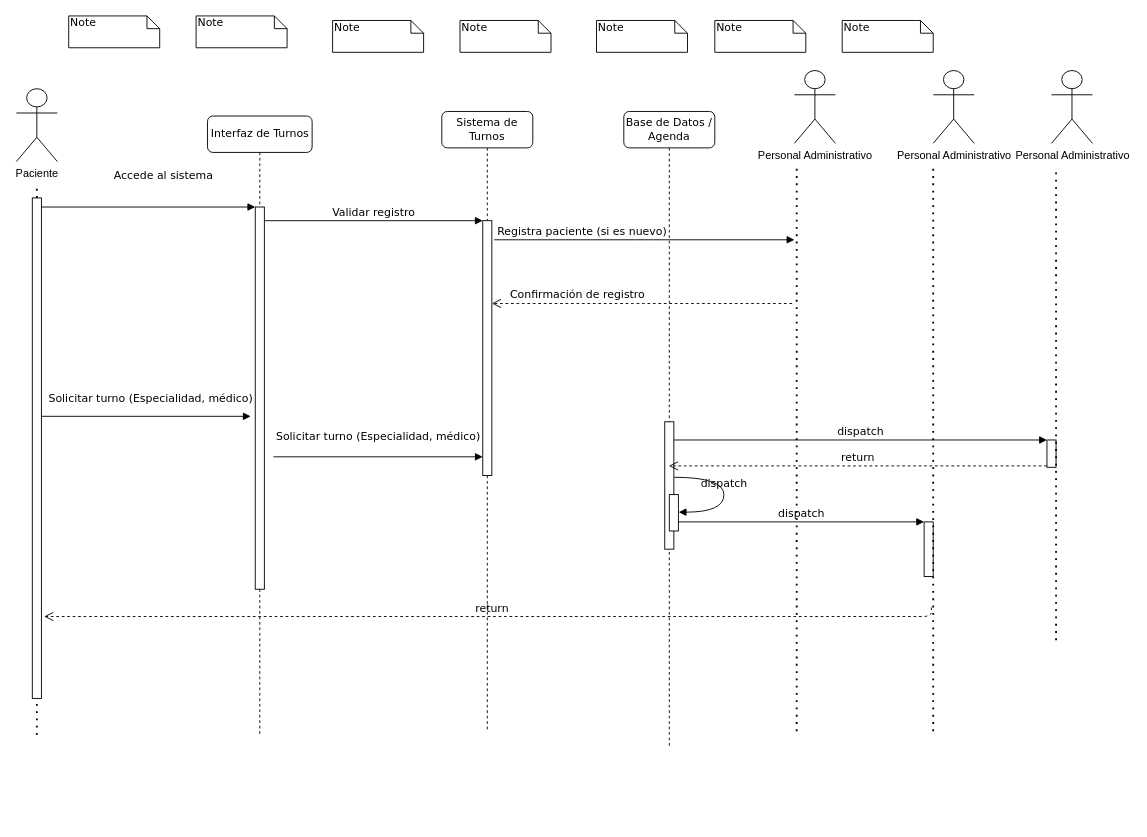
The draw.io diagram Diagrama sin título.drawio in RodrigoEscorcielo/IFTS18_Modelado-y-diseno-de-software_documentos, before the edit. Source tidied: cells renumbered, new cells numbered last; positions are measured from the earlier drawing's top-left corner, leaving out a move shared by most shapes. Both pictures are drawn from the tidied source at 91%, with x=0, y=0 at pixel (15, 15).
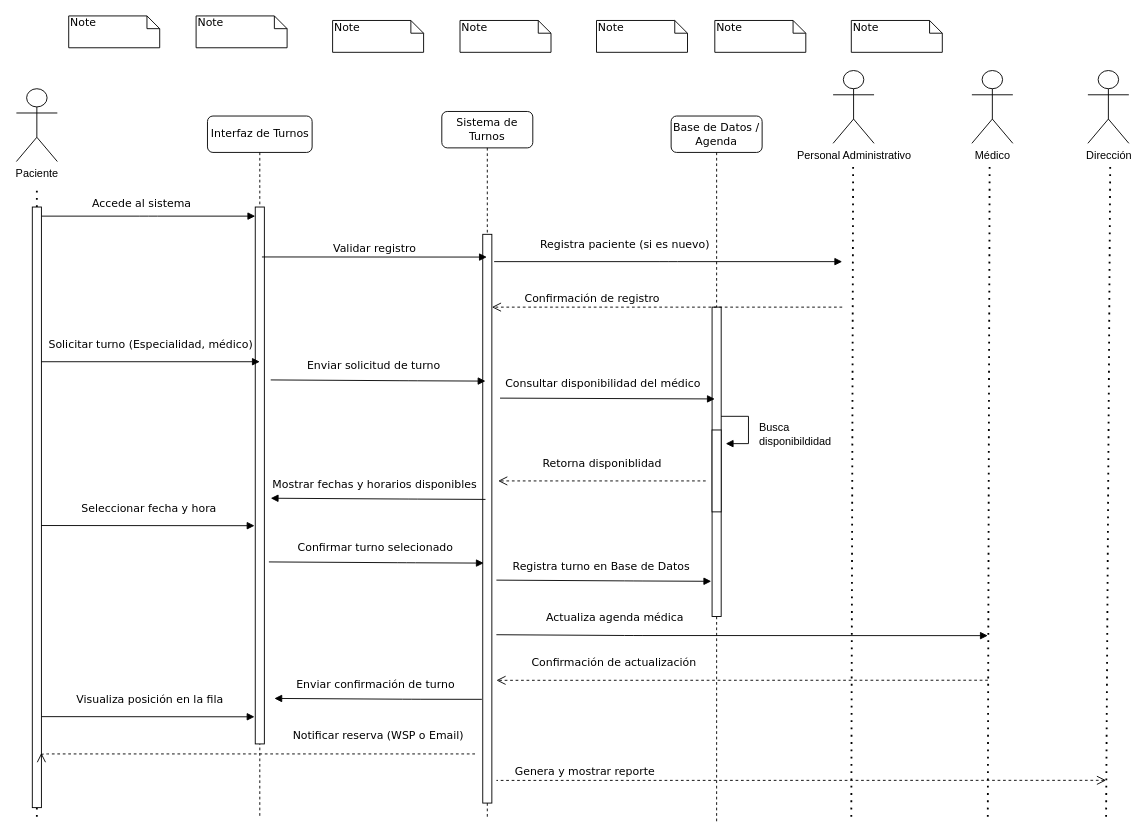
The same page after the edit.

What changed in the source:
```diff
@@
     <mxCell id="2" value="Interfaz de Turnos" style="shape=umlLifeline;perimeter=lifelinePerimeter;whiteSpace=wrap;html=1;rounded=1;shadow=0;comic=0;labelBackgroundColor=none;strokeWidth=1;fontFamily=Verdana;fontSize=12;align=center;" parent="1" vertex="1">
-      <mxGeometry x="210.5" y="110" width="115" height="680" as="geometry" />
+      <mxGeometry x="210.5" y="110" width="115" height="770" as="geometry" />
     </mxCell>
     <mxCell id="3" style="html=1;points=[];perimeter=orthogonalPerimeter;rounded=0;shadow=0;comic=0;labelBackgroundColor=none;strokeWidth=1;fontFamily=Verdana;fontSize=12;align=center;" parent="2" vertex="1">
-      <mxGeometry x="52.5" y="100" width="10" height="420" as="geometry" />
+      <mxGeometry x="52.5" y="100" width="10" height="590" as="geometry" />
     </mxCell>
-    <mxCell id="4" value="Solicitar turno (Especialidad, médico)" style="html=1;verticalAlign=bottom;endArrow=block;labelBackgroundColor=none;fontFamily=Verdana;fontSize=12;" parent="2" edge="1">
-      <mxGeometry x="0.04" y="10" relative="1" as="geometry">
-        <mxPoint x="-182.5" y="330" as="sourcePoint" />
-        <mxPoint x="47.5" y="330" as="targetPoint" />
-      </mxGeometry>
-    </mxCell>
+    <mxCell id="39" value="Visualiza posición en la fila" style="html=1;verticalAlign=bottom;endArrow=block;labelBackgroundColor=none;fontFamily=Verdana;fontSize=12;entryX=-0.082;entryY=0.886;entryDx=0;entryDy=0;entryPerimeter=0;" parent="2" edge="1">
+      <mxGeometry x="0.02" y="10" relative="1" as="geometry">
+        <mxPoint x="-182.5" y="660" as="sourcePoint" />
+        <mxPoint x="51.7" y="660.2" as="targetPoint" />
+      </mxGeometry>
+    </mxCell>
     <mxCell id="5" value="Sistema de Turnos" style="shape=umlLifeline;perimeter=lifelinePerimeter;whiteSpace=wrap;html=1;outlineConnect=0;rounded=1;shadow=0;comic=0;labelBackgroundColor=none;strokeWidth=1;fontFamily=Verdana;fontSize=12;align=center;" parent="1" vertex="1">
-      <mxGeometry x="468" y="105" width="100" height="681" as="geometry" />
+      <mxGeometry x="468" y="105" width="100" height="775" as="geometry" />
     </mxCell>
     <mxCell id="6" style="html=1;points=[];perimeter=orthogonalPerimeter;rounded=0;shadow=0;comic=0;labelBackgroundColor=none;strokeWidth=1;fontFamily=Verdana;fontSize=12;align=center;" parent="5" vertex="1">
-      <mxGeometry x="45" y="120" width="10" height="280" as="geometry" />
+      <mxGeometry x="45" y="135" width="10" height="625" as="geometry" />
     </mxCell>
-    <mxCell id="7" value="Confirmación de registro" style="html=1;verticalAlign=bottom;endArrow=open;dashed=1;endSize=8;labelBackgroundColor=none;fontFamily=Verdana;fontSize=12;edgeStyle=elbowEdgeStyle;elbow=vertical;" parent="5" edge="1">
-      <mxGeometry x="0.43" relative="1" as="geometry">
-        <mxPoint x="385" y="211" as="sourcePoint" />
-        <mxPoint x="55" y="211" as="targetPoint" />
-      </mxGeometry>
-    </mxCell>
     <mxCell id="8" value="Base de Datos / Agenda" style="shape=umlLifeline;perimeter=lifelinePerimeter;whiteSpace=wrap;html=1;outlineConnect=0;rounded=1;shadow=0;comic=0;labelBackgroundColor=none;strokeWidth=1;fontFamily=Verdana;fontSize=12;align=center;" parent="1" vertex="1">
-      <mxGeometry x="668" y="105" width="100" height="700" as="geometry" />
+      <mxGeometry x="720" y="110" width="100" height="775" as="geometry" />
     </mxCell>
-    <mxCell id="9" style="html=1;points=[];perimeter=orthogonalPerimeter;rounded=0;shadow=0;comic=0;labelBackgroundColor=none;strokeWidth=1;fontFamily=Verdana;fontSize=12;align=center;" parent="1" vertex="1">
-      <mxGeometry x="713" y="446" width="10" height="140" as="geometry" />
+    <mxCell id="9" style="html=1;points=[];perimeter=orthogonalPerimeter;rounded=0;shadow=0;comic=0;labelBackgroundColor=none;strokeWidth=1;fontFamily=Verdana;fontSize=12;align=center;" parent="8" vertex="1">
+      <mxGeometry x="45" y="210" width="10" height="340" as="geometry" />
     </mxCell>
-    <mxCell id="10" style="html=1;points=[];perimeter=orthogonalPerimeter;rounded=0;shadow=0;comic=0;labelBackgroundColor=none;strokeColor=#000000;strokeWidth=1;fillColor=#FFFFFF;fontFamily=Verdana;fontSize=12;fontColor=#000000;align=center;" parent="1" vertex="1">
-      <mxGeometry x="1133" y="466" width="10" height="30" as="geometry" />
-    </mxCell>
-    <mxCell id="11" value="dispatch" style="html=1;verticalAlign=bottom;endArrow=block;entryX=0;entryY=0;labelBackgroundColor=none;fontFamily=Verdana;fontSize=12;" parent="1" edge="1" source="9" target="10">
-      <mxGeometry relative="1" as="geometry" />
-    </mxCell>
-    <mxCell id="12" value="return" style="html=1;verticalAlign=bottom;endArrow=open;dashed=1;endSize=8;exitX=0;exitY=0.95;labelBackgroundColor=none;fontFamily=Verdana;fontSize=12;" parent="1" edge="1" source="10" target="8">
-      <mxGeometry relative="1" as="geometry" />
-    </mxCell>
-    <mxCell id="13" style="html=1;points=[];perimeter=orthogonalPerimeter;rounded=0;shadow=0;comic=0;labelBackgroundColor=none;strokeWidth=1;fontFamily=Verdana;fontSize=12;align=center;" parent="1" vertex="1">
-      <mxGeometry x="998" y="556" width="10" height="60" as="geometry" />
-    </mxCell>
-    <mxCell id="14" value="dispatch" style="html=1;verticalAlign=bottom;endArrow=block;entryX=0;entryY=0;labelBackgroundColor=none;fontFamily=Verdana;fontSize=12;edgeStyle=elbowEdgeStyle;elbow=vertical;" parent="1" edge="1" source="17" target="13">
-      <mxGeometry relative="1" as="geometry" />
-    </mxCell>
+    <mxCell id="40" style="html=1;perimeter=orthogonalPerimeter;targetShapes=umlLifeline;newEdgeStyle={&quot;curved&quot;:0,&quot;rounded&quot;:0};strokeColor=default;align=center;verticalAlign=top;fontFamily=Helvetica;fontSize=12;fontColor=default;fontStyle=0;fillColor=default;" parent="8" vertex="1">
+      <mxGeometry x="45" y="345" width="10" height="90" as="geometry" />
+    </mxCell>
+    <mxCell id="41" value="Busca &lt;br&gt;disponibildidad" style="html=1;align=left;spacingLeft=2;endArrow=block;rounded=0;edgeStyle=orthogonalEdgeStyle;curved=0;rounded=0;fontFamily=Helvetica;fontSize=12;fontColor=default;fontStyle=0;" parent="8" edge="1">
+      <mxGeometry x="0.18" y="8" relative="1" as="geometry">
+        <mxPoint x="55" y="330" as="sourcePoint" />
+        <mxPoint x="60" y="360" as="targetPoint" />
+        <Array as="points">
+          <mxPoint x="85" y="360" />
+        </Array>
+      </mxGeometry>
+    </mxCell>
-    <mxCell id="15" value="Accede al sistema&lt;div&gt;&lt;br/&gt;&lt;/div&gt;" style="html=1;verticalAlign=bottom;endArrow=block;entryX=0;entryY=0;labelBackgroundColor=none;fontFamily=Verdana;fontSize=12;edgeStyle=elbowEdgeStyle;elbow=vertical;" parent="1" edge="1" source="36" target="3">
-      <mxGeometry x="0.14" y="10" relative="1" as="geometry" />
+    <mxCell id="15" value="Accede al sistema&lt;div&gt;&lt;br/&gt;&lt;/div&gt;" style="html=1;verticalAlign=bottom;endArrow=block;entryX=0;entryY=0;labelBackgroundColor=none;fontFamily=Verdana;fontSize=12;edgeStyle=elbowEdgeStyle;elbow=vertical;" parent="1" edge="1">
+      <mxGeometry x="-0.06" y="-10" relative="1" as="geometry">
+        <mxPoint x="28" y="220" as="sourcePoint" />
+        <mxPoint x="263" y="220" as="targetPoint" />
+      </mxGeometry>
     </mxCell>
-    <mxCell id="16" value="Validar registro" style="html=1;verticalAlign=bottom;endArrow=block;entryX=0;entryY=0;labelBackgroundColor=none;fontFamily=Verdana;fontSize=12;edgeStyle=elbowEdgeStyle;elbow=vertical;" parent="1" edge="1" source="3" target="6">
+    <mxCell id="16" value="Validar registro" style="html=1;verticalAlign=bottom;endArrow=block;labelBackgroundColor=none;fontFamily=Verdana;fontSize=12;edgeStyle=elbowEdgeStyle;elbow=vertical;exitX=0.736;exitY=0.093;exitDx=0;exitDy=0;exitPerimeter=0;" parent="1" edge="1" source="3" target="5">
       <mxGeometry relative="1" as="geometry" />
     </mxCell>
-    <mxCell id="17" style="html=1;points=[];perimeter=orthogonalPerimeter;rounded=0;shadow=0;comic=0;labelBackgroundColor=none;strokeWidth=1;fontFamily=Verdana;fontSize=12;align=center;" parent="1" vertex="1">
-      <mxGeometry x="718" y="526" width="10" height="40" as="geometry" />
-    </mxCell>
-    <mxCell id="18" value="dispatch" style="html=1;verticalAlign=bottom;endArrow=block;labelBackgroundColor=none;fontFamily=Verdana;fontSize=12;elbow=vertical;edgeStyle=orthogonalEdgeStyle;curved=1;entryX=1;entryY=0.286;entryPerimeter=0;exitX=1.038;exitY=0.345;exitPerimeter=0;" parent="1" edge="1">
-      <mxGeometry relative="1" as="geometry">
-        <mxPoint x="723.3" y="507" as="sourcePoint" />
-        <mxPoint x="728.3" y="545.3" as="targetPoint" />
-        <Array as="points">
-          <mxPoint x="778" y="507" />
-          <mxPoint x="778" y="545" />
-        </Array>
-      </mxGeometry>
-    </mxCell>
@@
     <mxCell id="25" value="Note" style="shape=note;whiteSpace=wrap;html=1;size=14;verticalAlign=top;align=left;spacingTop=-6;rounded=0;shadow=0;comic=0;labelBackgroundColor=none;strokeWidth=1;fontFamily=Verdana;fontSize=12;" parent="1" vertex="1">
-      <mxGeometry x="908" y="5" width="100" height="35" as="geometry" />
+      <mxGeometry x="918" y="5" width="100" height="35" as="geometry" />
     </mxCell>
@@
     <mxCell id="27" value="Personal Administrativo" style="shape=umlActor;verticalLabelPosition=bottom;verticalAlign=top;html=1;" parent="1" vertex="1">
-      <mxGeometry x="855.5" y="60" width="45" height="80" as="geometry" />
+      <mxGeometry x="898" y="60" width="45" height="80" as="geometry" />
     </mxCell>
     <mxCell id="28" style="endArrow=none;dashed=1;html=1;dashPattern=1 3;strokeWidth=2;rounded=0;fontFamily=Helvetica;fontSize=12;fontColor=default;fontStyle=0;" parent="1" edge="1">
       <mxGeometry relative="1" as="geometry">
-        <mxPoint x="858" y="786" as="sourcePoint" />
-        <mxPoint x="858" y="166" as="targetPoint" />
+        <mxPoint x="918" y="880" as="sourcePoint" />
+        <mxPoint x="920" y="166" as="targetPoint" />
       </mxGeometry>
     </mxCell>
-    <mxCell id="29" value="Personal Administrativo" style="shape=umlActor;verticalLabelPosition=bottom;verticalAlign=top;html=1;" parent="1" vertex="1">
-      <mxGeometry x="1008" y="60" width="45" height="80" as="geometry" />
+    <mxCell id="29" value="Médico" style="shape=umlActor;verticalLabelPosition=bottom;verticalAlign=top;html=1;" parent="1" vertex="1">
+      <mxGeometry x="1050.5" y="60" width="45" height="80" as="geometry" />
     </mxCell>
     <mxCell id="30" style="endArrow=none;dashed=1;html=1;dashPattern=1 3;strokeWidth=2;rounded=0;fontFamily=Helvetica;fontSize=12;fontColor=default;fontStyle=0;" parent="1" edge="1">
       <mxGeometry relative="1" as="geometry">
-        <mxPoint x="1008" y="786" as="sourcePoint" />
-        <mxPoint x="1008" y="166" as="targetPoint" />
+        <mxPoint x="1068" y="880" as="sourcePoint" />
+        <mxPoint x="1070" y="166" as="targetPoint" />
       </mxGeometry>
     </mxCell>
-    <mxCell id="31" value="Personal Administrativo" style="shape=umlActor;verticalLabelPosition=bottom;verticalAlign=top;html=1;" parent="1" vertex="1">
-      <mxGeometry x="1138" y="60" width="45" height="80" as="geometry" />
+    <mxCell id="31" value="Dirección" style="shape=umlActor;verticalLabelPosition=bottom;verticalAlign=top;html=1;" parent="1" vertex="1">
+      <mxGeometry x="1178" y="60" width="45" height="80" as="geometry" />
     </mxCell>
     <mxCell id="32" style="endArrow=none;dashed=1;html=1;dashPattern=1 3;strokeWidth=2;rounded=0;fontFamily=Helvetica;fontSize=12;fontColor=default;fontStyle=0;" parent="1" edge="1">
       <mxGeometry relative="1" as="geometry">
-        <mxPoint x="1143" y="686" as="sourcePoint" />
-        <mxPoint x="1143" y="166" as="targetPoint" />
+        <mxPoint x="1198" y="880" as="sourcePoint" />
+        <mxPoint x="1202.5" y="166" as="targetPoint" />
       </mxGeometry>
     </mxCell>
     <mxCell id="33" value="Registra paciente (si es nuevo)" style="html=1;verticalAlign=bottom;endArrow=block;labelBackgroundColor=none;fontFamily=Verdana;fontSize=12;edgeStyle=elbowEdgeStyle;elbow=vertical;" parent="1" edge="1">
-      <mxGeometry x="-0.42" relative="1" as="geometry">
-        <mxPoint x="525.5" y="246" as="sourcePoint" />
-        <mxPoint x="855.5" y="246" as="targetPoint" />
+      <mxGeometry x="-0.25" y="10" relative="1" as="geometry">
+        <mxPoint x="525.5" y="270" as="sourcePoint" />
+        <mxPoint x="908" y="270" as="targetPoint" />
       </mxGeometry>
     </mxCell>
@@
     <mxCell id="35" style="endArrow=none;dashed=1;html=1;dashPattern=1 3;strokeWidth=2;rounded=0;fontFamily=Helvetica;fontSize=12;fontColor=default;fontStyle=0;entryX=0.5;entryY=0.5;entryDx=0;entryDy=0;entryPerimeter=0;" parent="1" edge="1" target="36">
       <mxGeometry relative="1" as="geometry">
-        <mxPoint x="23" y="790" as="sourcePoint" />
+        <mxPoint x="23" y="880" as="sourcePoint" />
       </mxGeometry>
     </mxCell>
     <mxCell id="36" style="html=1;points=[];perimeter=orthogonalPerimeter;rounded=0;shadow=0;comic=0;labelBackgroundColor=none;strokeWidth=1;fontFamily=Verdana;fontSize=12;align=center;" parent="1" vertex="1">
-      <mxGeometry x="18" y="200" width="10" height="550" as="geometry" />
+      <mxGeometry x="18" y="210" width="10" height="660" as="geometry" />
     </mxCell>
+    <mxCell id="42" value="Seleccionar fecha y hora" style="html=1;verticalAlign=bottom;endArrow=block;labelBackgroundColor=none;fontFamily=Verdana;fontSize=12;entryX=-0.082;entryY=0.886;entryDx=0;entryDy=0;entryPerimeter=0;" parent="1" edge="1">
+      <mxGeometry x="0.01" y="9" relative="1" as="geometry">
+        <mxPoint x="28" y="560" as="sourcePoint" />
+        <mxPoint x="262.2" y="560.2" as="targetPoint" />
+      </mxGeometry>
+    </mxCell>
+    <mxCell id="4" value="Solicitar turno (Especialidad, médico)" style="html=1;verticalAlign=bottom;endArrow=block;labelBackgroundColor=none;fontFamily=Verdana;fontSize=12;" parent="1" edge="1">
+      <mxGeometry y="10" relative="1" as="geometry">
+        <mxPoint x="28" y="380" as="sourcePoint" />
+        <mxPoint x="268" y="380" as="targetPoint" />
+      </mxGeometry>
+    </mxCell>
+    <mxCell id="7" value="Confirmación de registro" style="html=1;verticalAlign=bottom;endArrow=open;dashed=1;endSize=8;labelBackgroundColor=none;fontFamily=Verdana;fontSize=12;edgeStyle=elbowEdgeStyle;elbow=vertical;" parent="1" edge="1">
+      <mxGeometry x="0.43" relative="1" as="geometry">
+        <mxPoint x="908" y="320" as="sourcePoint" />
+        <mxPoint x="523" y="320" as="targetPoint" />
+      </mxGeometry>
+    </mxCell>
+    <mxCell id="43" value="Consultar disponibilidad del médico" style="html=1;verticalAlign=bottom;endArrow=block;labelBackgroundColor=none;fontFamily=Verdana;fontSize=12;exitX=0.918;exitY=0.684;exitDx=0;exitDy=0;exitPerimeter=0;entryX=0.009;entryY=0.454;entryDx=0;entryDy=0;entryPerimeter=0;" parent="1" edge="1">
+      <mxGeometry x="-0.04" y="7" relative="1" as="geometry">
+        <mxPoint x="532" y="420" as="sourcePoint" />
+        <mxPoint x="768" y="420.9" as="targetPoint" />
+      </mxGeometry>
+    </mxCell>
+    <mxCell id="44" value="Retorna disponiblidad" style="html=1;verticalAlign=bottom;endArrow=open;dashed=1;endSize=8;labelBackgroundColor=none;fontFamily=Verdana;fontSize=12;edgeStyle=elbowEdgeStyle;elbow=vertical;" parent="1" edge="1">
+      <mxGeometry y="-10" relative="1" as="geometry">
+        <mxPoint x="758" y="511" as="sourcePoint" />
+        <mxPoint x="529.9" y="510.9" as="targetPoint" />
+        <Array as="points">
+          <mxPoint x="758" y="511" />
+          <mxPoint x="669.9" y="520.9" />
+        </Array>
+      </mxGeometry>
+    </mxCell>
+    <mxCell id="45" value="&amp;nbsp;Confirmar turno selecionado" style="html=1;verticalAlign=bottom;endArrow=block;labelBackgroundColor=none;fontFamily=Verdana;fontSize=12;exitX=0.918;exitY=0.684;exitDx=0;exitDy=0;exitPerimeter=0;entryX=0.009;entryY=0.454;entryDx=0;entryDy=0;entryPerimeter=0;endFill=1;startArrow=none;startFill=0;" parent="1" edge="1">
+      <mxGeometry x="-0.03" y="7" relative="1" as="geometry">
+        <mxPoint x="278" y="600" as="sourcePoint" />
+        <mxPoint x="514.1" y="601.3" as="targetPoint" />
+        <Array as="points">
+          <mxPoint x="429" y="600.9" />
+        </Array>
+      </mxGeometry>
+    </mxCell>
-    <mxCell id="37" value="Solicitar turno (Especialidad, médico)" style="html=1;verticalAlign=bottom;endArrow=block;labelBackgroundColor=none;fontFamily=Verdana;fontSize=12;" parent="1" edge="1">
-      <mxGeometry y="15" relative="1" as="geometry">
-        <mxPoint x="283" y="484.5" as="sourcePoint" />
-        <mxPoint x="513" y="484.5" as="targetPoint" />
-        <mxPoint y="1" as="offset" />
+    <mxCell id="37" value="Enviar solicitud de turno" style="html=1;verticalAlign=bottom;endArrow=block;labelBackgroundColor=none;fontFamily=Verdana;fontSize=12;exitX=0.918;exitY=0.684;exitDx=0;exitDy=0;exitPerimeter=0;entryX=0.009;entryY=0.454;entryDx=0;entryDy=0;entryPerimeter=0;" parent="1" edge="1">
+      <mxGeometry x="-0.04" y="7" relative="1" as="geometry">
+        <mxPoint x="280" y="400" as="sourcePoint" />
+        <mxPoint x="516" y="401.3" as="targetPoint" />
+        <Array as="points">
+          <mxPoint x="431" y="400.9" />
+        </Array>
       </mxGeometry>
     </mxCell>
-    <mxCell id="38" value="return" style="html=1;verticalAlign=bottom;endArrow=open;dashed=1;endSize=8;labelBackgroundColor=none;fontFamily=Verdana;fontSize=12;edgeStyle=elbowEdgeStyle;elbow=vertical;" parent="1" edge="1">
-      <mxGeometry relative="1" as="geometry">
-        <mxPoint x="1006" y="650" as="sourcePoint" />
-        <mxPoint x="31" y="660" as="targetPoint" />
-        <Array as="points">
-          <mxPoint x="541" y="660" />
-        </Array>
-      </mxGeometry>
-    </mxCell>
+    <mxCell id="46" value="Mostrar fechas y horarios disponibles" style="html=1;verticalAlign=bottom;endArrow=none;labelBackgroundColor=none;fontFamily=Verdana;fontSize=12;exitX=0.918;exitY=0.684;exitDx=0;exitDy=0;exitPerimeter=0;entryX=0.009;entryY=0.454;entryDx=0;entryDy=0;entryPerimeter=0;endFill=0;startArrow=block;startFill=1;" parent="1" edge="1">
+      <mxGeometry x="-0.03" y="7" relative="1" as="geometry">
+        <mxPoint x="280" y="530" as="sourcePoint" />
+        <mxPoint x="516" y="531.3" as="targetPoint" />
+        <Array as="points">
+          <mxPoint x="431" y="530.9" />
+        </Array>
+      </mxGeometry>
+    </mxCell>
+    <mxCell id="47" value="Registra turno en Base de Datos" style="html=1;verticalAlign=bottom;endArrow=block;labelBackgroundColor=none;fontFamily=Verdana;fontSize=12;exitX=0.918;exitY=0.684;exitDx=0;exitDy=0;exitPerimeter=0;entryX=0.009;entryY=0.454;entryDx=0;entryDy=0;entryPerimeter=0;endFill=1;startArrow=none;startFill=0;" parent="1" edge="1">
+      <mxGeometry x="-0.03" y="7" relative="1" as="geometry">
+        <mxPoint x="528" y="620" as="sourcePoint" />
+        <mxPoint x="764.1" y="621.3" as="targetPoint" />
+        <Array as="points">
+          <mxPoint x="679" y="620.9" />
+        </Array>
+      </mxGeometry>
+    </mxCell>
+    <mxCell id="48" value="Actualiza agenda médica" style="html=1;verticalAlign=bottom;endArrow=block;labelBackgroundColor=none;fontFamily=Verdana;fontSize=12;exitX=0.918;exitY=0.684;exitDx=0;exitDy=0;exitPerimeter=0;endFill=1;startArrow=none;startFill=0;" parent="1" edge="1">
+      <mxGeometry x="-0.52" y="11" relative="1" as="geometry">
+        <mxPoint x="528" y="680" as="sourcePoint" />
+        <mxPoint x="1068" y="681" as="targetPoint" />
+        <Array as="points">
+          <mxPoint x="679" y="680.9" />
+        </Array>
+      </mxGeometry>
+    </mxCell>
+    <mxCell id="49" value="Confirmación de actualización" style="html=1;verticalAlign=bottom;endArrow=open;dashed=1;endSize=8;labelBackgroundColor=none;fontFamily=Verdana;fontSize=12;edgeStyle=elbowEdgeStyle;elbow=vertical;" parent="1" edge="1">
+      <mxGeometry x="0.52" y="-10" relative="1" as="geometry">
+        <mxPoint x="1068.1" y="730" as="sourcePoint" />
+        <mxPoint x="528" y="730" as="targetPoint" />
+        <Array as="points">
+          <mxPoint x="756.1" y="730.1" />
+          <mxPoint x="668" y="740" />
+        </Array>
+      </mxGeometry>
+    </mxCell>
+    <mxCell id="50" value="Enviar confirmación de turno" style="html=1;verticalAlign=bottom;endArrow=none;labelBackgroundColor=none;fontFamily=Verdana;fontSize=12;exitX=0.918;exitY=0.684;exitDx=0;exitDy=0;exitPerimeter=0;endFill=0;startArrow=block;startFill=1;" parent="1" edge="1">
+      <mxGeometry x="-0.03" y="7" relative="1" as="geometry">
+        <mxPoint x="284" y="750" as="sourcePoint" />
+        <mxPoint x="512" y="751" as="targetPoint" />
+        <Array as="points">
+          <mxPoint x="435" y="750.9" />
+        </Array>
+      </mxGeometry>
+    </mxCell>
+    <mxCell id="51" value="Notificar reserva (WSP o Email)" style="html=1;verticalAlign=bottom;endArrow=open;dashed=1;endSize=8;labelBackgroundColor=none;fontFamily=Verdana;fontSize=12;edgeStyle=elbowEdgeStyle;elbow=vertical;entryX=1.355;entryY=0.871;entryDx=0;entryDy=0;entryPerimeter=0;" parent="1" edge="1">
+      <mxGeometry x="-0.55" y="-11" relative="1" as="geometry">
+        <mxPoint x="504.5" y="811" as="sourcePoint" />
+        <mxPoint x="28" y="810" as="targetPoint" />
+        <Array as="points">
+          <mxPoint x="404.5" y="811" />
+        </Array>
+      </mxGeometry>
+    </mxCell>
+    <mxCell id="52" value="Genera y mostrar reporte" style="html=1;verticalAlign=bottom;endArrow=none;dashed=1;endSize=8;labelBackgroundColor=none;fontFamily=Verdana;fontSize=12;edgeStyle=elbowEdgeStyle;elbow=vertical;startArrow=open;startFill=1;startSize=8;endFill=0;" parent="1" edge="1">
+      <mxGeometry x="0.71" relative="1" as="geometry">
+        <mxPoint x="1198" y="840" as="sourcePoint" />
+        <mxPoint x="528" y="840" as="targetPoint" />
+        <Array as="points">
+          <mxPoint x="756.1" y="840.1" />
+          <mxPoint x="668" y="850" />
+        </Array>
+      </mxGeometry>
+    </mxCell>
```
